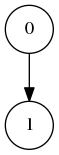
The Graphviz diagram states.png in dvberkel/bergen, before a commit. Its source is kept beside it as states.dot. The source it was exported from:
```dot
digraph {
  node [shape=circle];
  0 -> 1;
}
```
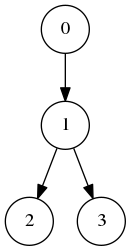
The same file after the commit.

Commit message:
Expand graph

What changed in the source:
```diff
@@ -1,4 +1,6 @@
 digraph {
   node [shape=circle];
   0 -> 1;
+  1 -> 2;
+  1 -> 3;
 }
```
